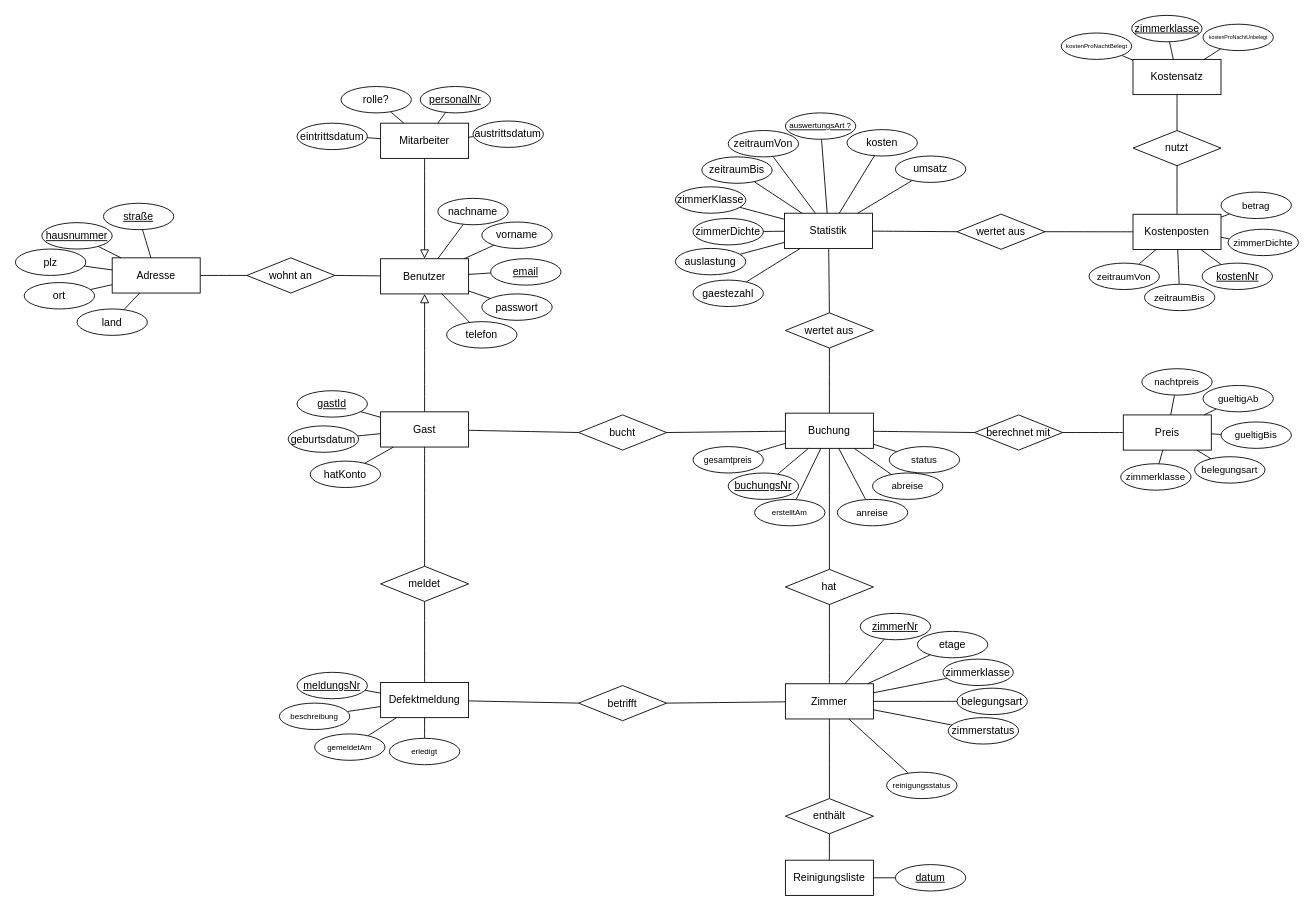
This is UML-Diagramme/ER-Modell/ERM Hotelverwaltung.drawio from SoftwareProject-Hotel-Kuester/Software-Project-Hotel, a draw.io file, before an edit. Source tidied: cells renumbered, new cells numbered last; positions are measured from the earlier drawing's top-left corner, leaving out a move shared by most shapes. Both pictures are drawn from the tidied source at 88%, with x=0, y=0 at pixel (15, 15).
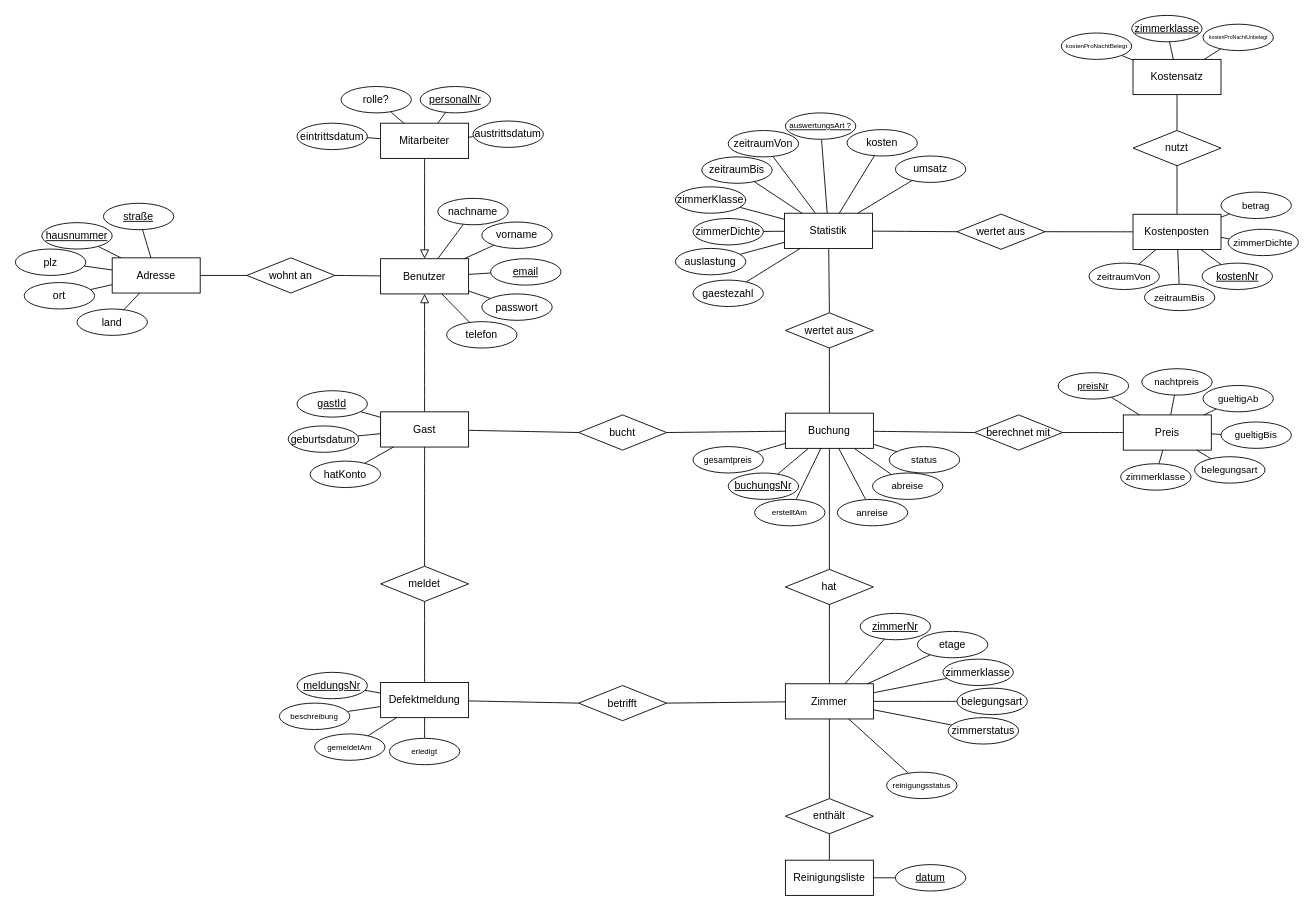
The same page after the edit.

Unchanged cells that the change refers to:
```xml
<mxCell id="135" value="Preis" style="whiteSpace=wrap;html=1;align=center;" parent="1" vertex="1">
  <mxGeometry x="1259" y="454" width="100" height="40" as="geometry" />
</mxCell>
```

The edit, as a diff of the source:
```diff
@@
+    <mxCell id="158" style="edgeStyle=none;curved=1;rounded=0;curveGeometry=1;jettySize=auto;html=1;fontSize=12;defaultLabelBackgroundColor=page;startSize=8;endSize=8;endArrow=none;endFill=0;" parent="1" edge="1" source="159" target="135">
+      <mxGeometry relative="1" as="geometry" />
+    </mxCell>
+    <mxCell id="159" value="preisNr" style="ellipse;whiteSpace=wrap;html=1;align=center;fontSize=11;fontStyle=4;" parent="1" vertex="1">
+      <mxGeometry x="1185" y="406" width="80" height="30" as="geometry" />
+    </mxCell>
```
